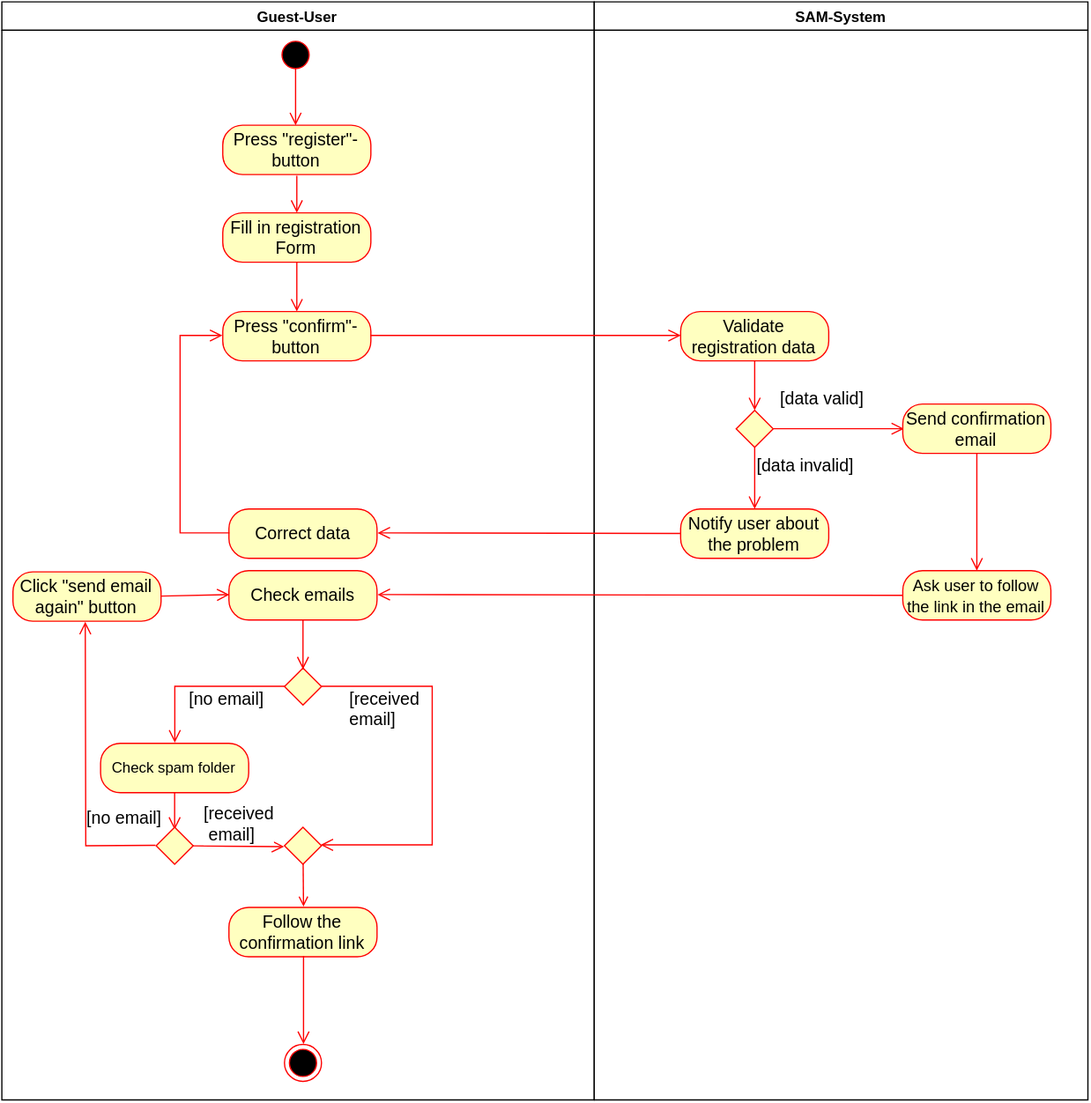
Eynorey/SAM keeps this draw.io diagram as uploads/UML/Activity-Diagram_Register.svg. Above is the earlier version. Source tidied: cells renumbered, new cells last; positions are measured from the earlier drawing's top-left corner, leaving out a move shared by most shapes.
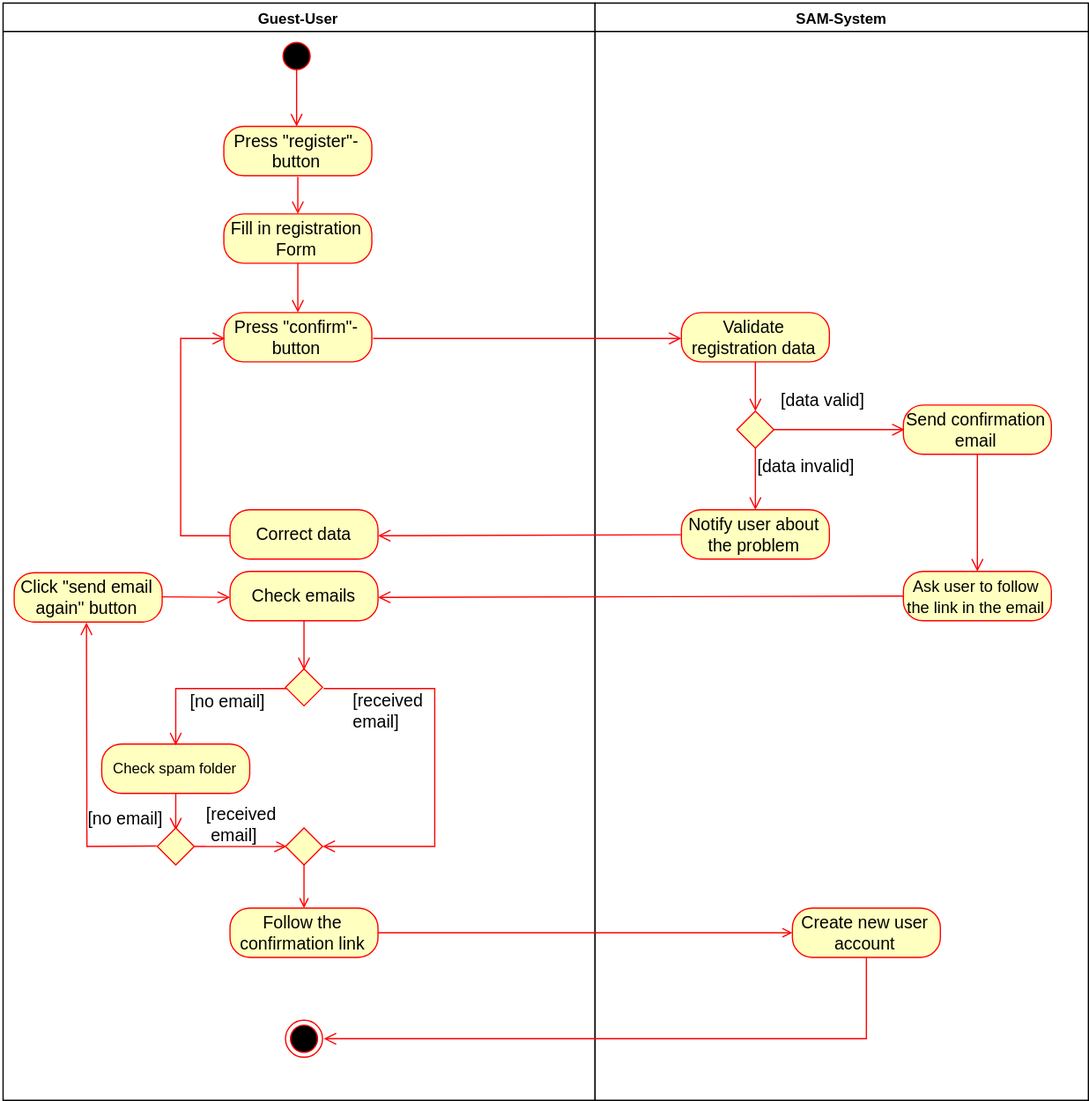
The same diagram one commit later.

Commit message:
added a system action for creating an account

The edit, as a diff of the source:
```diff
@@ -53,11 +53,8 @@
     <mxCell id="14" value="Follow the confirmation link" style="rounded=1;whiteSpace=wrap;html=1;arcSize=40;fillColor=#ffffc0;strokeColor=#ff0000;fontSize=14;" parent="2" vertex="1">
       <mxGeometry x="184" y="734" width="120" height="40" as="geometry" />
     </mxCell>
-    <mxCell id="15" style="html=1;verticalAlign=bottom;endArrow=open;endSize=8;strokeColor=#ff0000;fontSize=14;entryX=0.5;entryY=0;exitX=0.5;exitY=1;" parent="2" edge="1" source="14" target="16">
-      <mxGeometry relative="1" as="geometry" />
-    </mxCell>
     <mxCell id="16" style="ellipse;html=1;shape=endState;fillColor=#000000;strokeColor=#ff0000;fontSize=14;" parent="2" vertex="1">
-      <mxGeometry x="229" y="845" width="30" height="30" as="geometry" />
+      <mxGeometry x="229" y="825" width="30" height="30" as="geometry" />
     </mxCell>
     <mxCell id="17" value="Check spam folder" style="rounded=1;whiteSpace=wrap;html=1;arcSize=40;fillColor=#ffffc0;strokeColor=#ff0000;" parent="2" vertex="1">
       <mxGeometry x="80" y="601" width="120" height="40" as="geometry" />
@@ -167,6 +164,9 @@
     <mxCell id="39" value="&lt;font style=&quot;font-size: 13px&quot;&gt;Ask user to follow the link in the email&lt;/font&gt;" style="rounded=1;whiteSpace=wrap;html=1;arcSize=40;fillColor=#ffffc0;strokeColor=#ff0000;fontSize=14;" parent="29" vertex="1">
       <mxGeometry x="250" y="461" width="120" height="40" as="geometry" />
     </mxCell>
+    <mxCell id="43" value="Create new user account" style="rounded=1;whiteSpace=wrap;html=1;arcSize=40;fillColor=#ffffc0;strokeColor=#ff0000;fontSize=14;" parent="29" vertex="1">
+      <mxGeometry x="160" y="734" width="120" height="40" as="geometry" />
+    </mxCell>
     <mxCell id="40" style="html=1;verticalAlign=bottom;endArrow=open;endSize=8;strokeColor=#ff0000;fontSize=14;flipV=0;flipH=0;entryX=1;entryY=0.5;" parent="1" edge="1" source="36" target="9">
       <mxGeometry relative="1" as="geometry" />
     </mxCell>
@@ -178,5 +178,15 @@
         <mxPoint x="730" y="481" as="sourcePoint" />
       </mxGeometry>
     </mxCell>
+    <mxCell id="44" style="edgeStyle=none;rounded=0;html=1;startSize=5;endArrow=open;endFill=0;jettySize=auto;strokeColor=#ff0000;fontSize=14;" parent="1" edge="1" source="14" target="43">
+      <mxGeometry relative="1" as="geometry" />
+    </mxCell>
+    <mxCell id="15" style="html=1;verticalAlign=bottom;endArrow=open;endSize=8;strokeColor=#ff0000;fontSize=14;exitX=0.5;exitY=1;rounded=0;entryX=1;entryY=0.5;" parent="1" edge="1" source="43" target="16">
+      <mxGeometry relative="1" as="geometry">
+        <Array as="points">
+          <mxPoint x="700" y="840" />
+        </Array>
+      </mxGeometry>
+    </mxCell>
   </root>
 </mxGraphModel>
```
